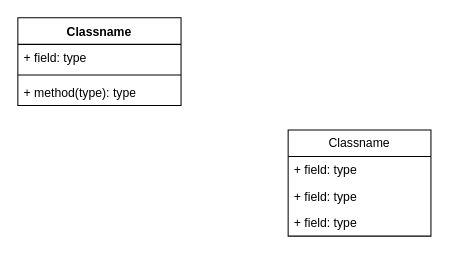
This is Untitled Diagram.drawio from RodinaMohamed04/Lab6, a draw.io file, before an edit. Source tidied: cells renumbered, new cells numbered last; positions are measured from the earlier drawing's top-left corner, leaving out a move shared by most shapes. Both pictures are drawn from the tidied source at 102%, with x=0, y=0 at pixel (17, 17).
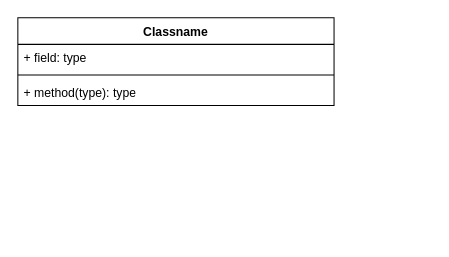
Above is the later version.

The edit, as a diff of the source:
```diff
@@
 <mxGraphModel>
   <root>
     <mxCell id="0" />
     <mxCell id="1" parent="0" />
     <mxCell id="2" value="Classname" style="swimlane;fontStyle=1;align=center;verticalAlign=top;horizontal=1;startSize=26;whiteSpace=wrap;html=1;" parent="1" vertex="1">
-      <mxGeometry width="160" height="86" as="geometry" />
+      <mxGeometry width="310" height="86" as="geometry" />
     </mxCell>
-    <mxCell id="3" value="+ field: type" style="text;strokeColor=none;fillColor=none;align=left;verticalAlign=top;spacingLeft=4;spacingRight=4;overflow=hidden;whiteSpace=wrap;html=1;" parent="2" vertex="1">
-      <mxGeometry y="26" width="160" height="26" as="geometry" />
-    </mxCell>
-    <mxCell id="4" style="line;strokeWidth=1;fillColor=none;align=left;verticalAlign=middle;spacingTop=-1;spacingLeft=3;spacingRight=3;labelPosition=right;strokeColor=inherit;" parent="2" vertex="1">
-      <mxGeometry y="52" width="160" height="8" as="geometry" />
-    </mxCell>
+    <mxCell id="10" value="+ field: type" style="text;strokeColor=none;fillColor=none;align=left;verticalAlign=top;spacingLeft=4;spacingRight=4;overflow=hidden;whiteSpace=wrap;html=1;" parent="2" vertex="1">
+      <mxGeometry y="26" width="310" height="26" as="geometry" />
+    </mxCell>
+    <mxCell id="11" style="line;strokeWidth=1;fillColor=none;align=left;verticalAlign=middle;spacingTop=-1;spacingLeft=3;spacingRight=3;labelPosition=right;strokeColor=inherit;" parent="2" vertex="1">
+      <mxGeometry y="52" width="310" height="8" as="geometry" />
+    </mxCell>
     <mxCell id="5" value="+ method(type): type" style="text;strokeColor=none;fillColor=none;align=left;verticalAlign=top;spacingLeft=4;spacingRight=4;overflow=hidden;whiteSpace=wrap;html=1;" parent="2" vertex="1">
-      <mxGeometry y="60" width="160" height="26" as="geometry" />
+      <mxGeometry y="60" width="310" height="26" as="geometry" />
     </mxCell>
-    <mxCell id="6" value="Classname" style="swimlane;fontStyle=0;horizontal=1;startSize=26;fillColor=none;whiteSpace=wrap;html=1;" parent="1" vertex="1">
-      <mxGeometry x="265" y="110" width="140" height="104" as="geometry" />
-    </mxCell>
-    <mxCell id="7" value="+ field: type" style="text;strokeColor=none;fillColor=none;align=left;verticalAlign=top;spacingLeft=4;spacingRight=4;overflow=hidden;whiteSpace=wrap;html=1;" parent="6" vertex="1">
-      <mxGeometry y="26" width="140" height="26" as="geometry" />
-    </mxCell>
-    <mxCell id="8" value="+ field: type" style="text;strokeColor=none;fillColor=none;align=left;verticalAlign=top;spacingLeft=4;spacingRight=4;overflow=hidden;whiteSpace=wrap;html=1;" parent="6" vertex="1">
-      <mxGeometry y="52" width="140" height="26" as="geometry" />
-    </mxCell>
-    <mxCell id="9" value="+ field: type" style="text;strokeColor=none;fillColor=none;align=left;verticalAlign=top;spacingLeft=4;spacingRight=4;overflow=hidden;whiteSpace=wrap;html=1;" parent="6" vertex="1">
-      <mxGeometry y="78" width="140" height="26" as="geometry" />
-    </mxCell>
   </root>
 </mxGraphModel>
```
